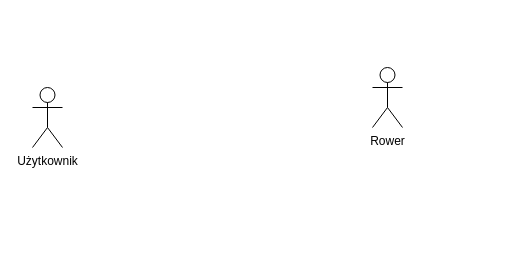
Above: DiagramPrzypadkowUzycia.drawio in KarolinaPiechowicz05/2024-12-31 (draw.io), before the change. Source tidied: cells renumbered, new cells numbered last; positions are measured from the earlier drawing's top-left corner, leaving out a move shared by most shapes. Both pictures are drawn from the tidied source at 100%, with x=0, y=0 at pixel (32, 67).
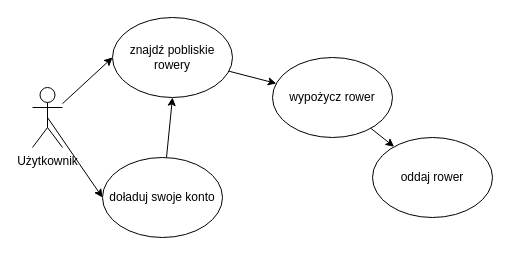
After the change.

The edit, as a diff of the source:
```diff
@@
 <mxGraphModel>
   <root>
     <mxCell id="0" />
     <mxCell id="1" parent="0" />
+    <mxCell id="4" style="rounded=0;jettySize=auto;html=1;entryX=0;entryY=0.5;entryDx=0;entryDy=0;" parent="1" edge="1" source="2" target="7">
+      <mxGeometry relative="1" as="geometry" />
+    </mxCell>
+    <mxCell id="5" style="rounded=0;jettySize=auto;html=1;exitX=0.5;exitY=0.5;exitDx=0;exitDy=0;exitPerimeter=0;entryX=0;entryY=0.5;entryDx=0;entryDy=0;" parent="1" edge="1" source="2" target="9">
+      <mxGeometry relative="1" as="geometry" />
+    </mxCell>
     <mxCell id="2" value="Użytkownik" style="shape=umlActor;verticalLabelPosition=bottom;verticalAlign=top;html=1;outlineConnect=0;" parent="1" vertex="1">
       <mxGeometry y="20" width="30" height="60" as="geometry" />
     </mxCell>
-    <mxCell id="3" value="Rower" style="shape=umlActor;verticalLabelPosition=bottom;verticalAlign=top;html=1;" parent="1" vertex="1">
-      <mxGeometry x="340" width="30" height="60" as="geometry" />
-    </mxCell>
+    <mxCell id="6" style="rounded=0;jettySize=auto;html=1;" parent="1" edge="1" source="7" target="11">
+      <mxGeometry relative="1" as="geometry" />
+    </mxCell>
+    <mxCell id="7" value="znajdź pobliskie rowery" style="ellipse;whiteSpace=wrap;html=1;" parent="1" vertex="1">
+      <mxGeometry x="80" y="-50" width="120" height="80" as="geometry" />
+    </mxCell>
+    <mxCell id="8" style="rounded=0;jettySize=auto;html=1;entryX=0.5;entryY=1;entryDx=0;entryDy=0;" parent="1" edge="1" source="9" target="7">
+      <mxGeometry relative="1" as="geometry" />
+    </mxCell>
+    <mxCell id="9" value="doładuj swoje konto" style="ellipse;whiteSpace=wrap;html=1;" parent="1" vertex="1">
+      <mxGeometry x="70" y="90" width="120" height="80" as="geometry" />
+    </mxCell>
+    <mxCell id="10" style="rounded=0;jettySize=auto;html=1;" parent="1" edge="1" source="11" target="12">
+      <mxGeometry relative="1" as="geometry" />
+    </mxCell>
+    <mxCell id="11" value="wypożycz rower" style="ellipse;whiteSpace=wrap;html=1;" parent="1" vertex="1">
+      <mxGeometry x="240" y="-10" width="120" height="80" as="geometry" />
+    </mxCell>
+    <mxCell id="12" value="oddaj rower" style="ellipse;whiteSpace=wrap;html=1;" parent="1" vertex="1">
+      <mxGeometry x="340" y="70" width="120" height="80" as="geometry" />
+    </mxCell>
   </root>
 </mxGraphModel>
```
